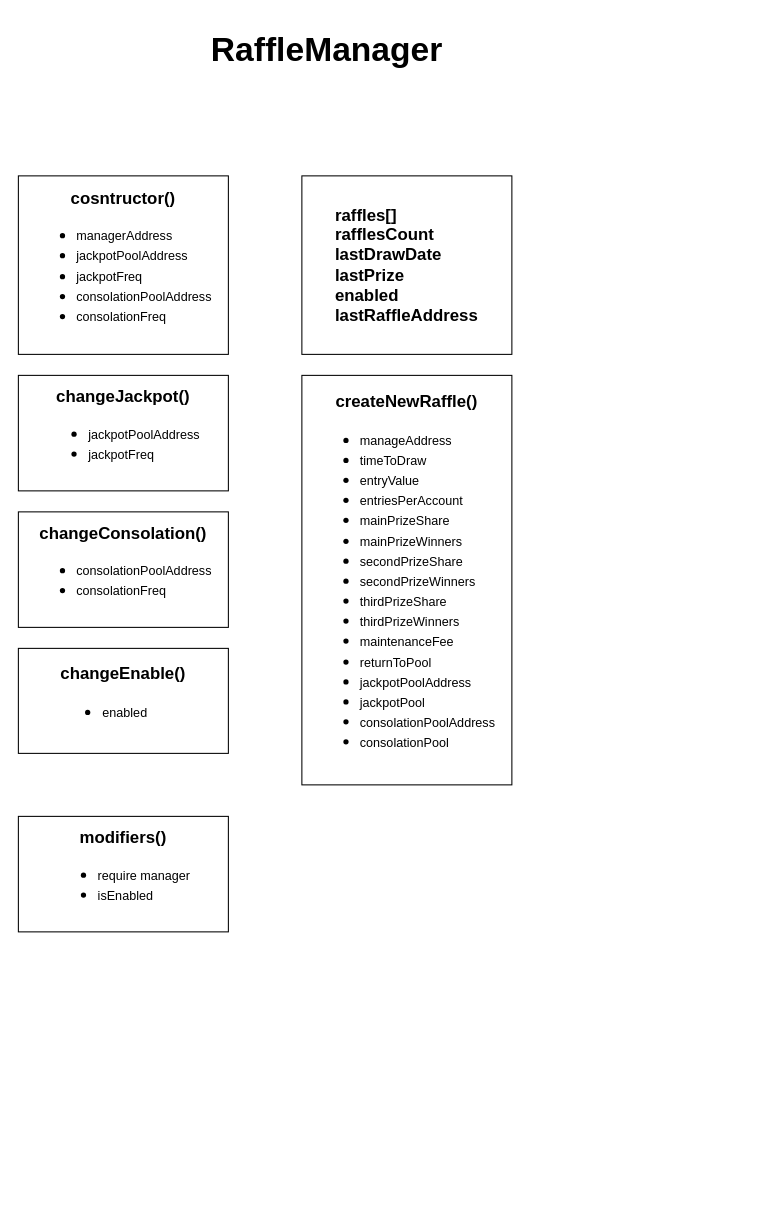
Earlier version of the draw.io diagram page "PoolsManager" (2 of 2) of JetonsProject.drawio (DevABDee/JetonsProject). Source tidied: cells renumbered, new cells numbered last; positions are measured from the earlier drawing's top-left corner, leaving out a move shared by most shapes. Both pictures are drawn from the tidied source at 105%, with x=0, y=0 at pixel (18, 18).
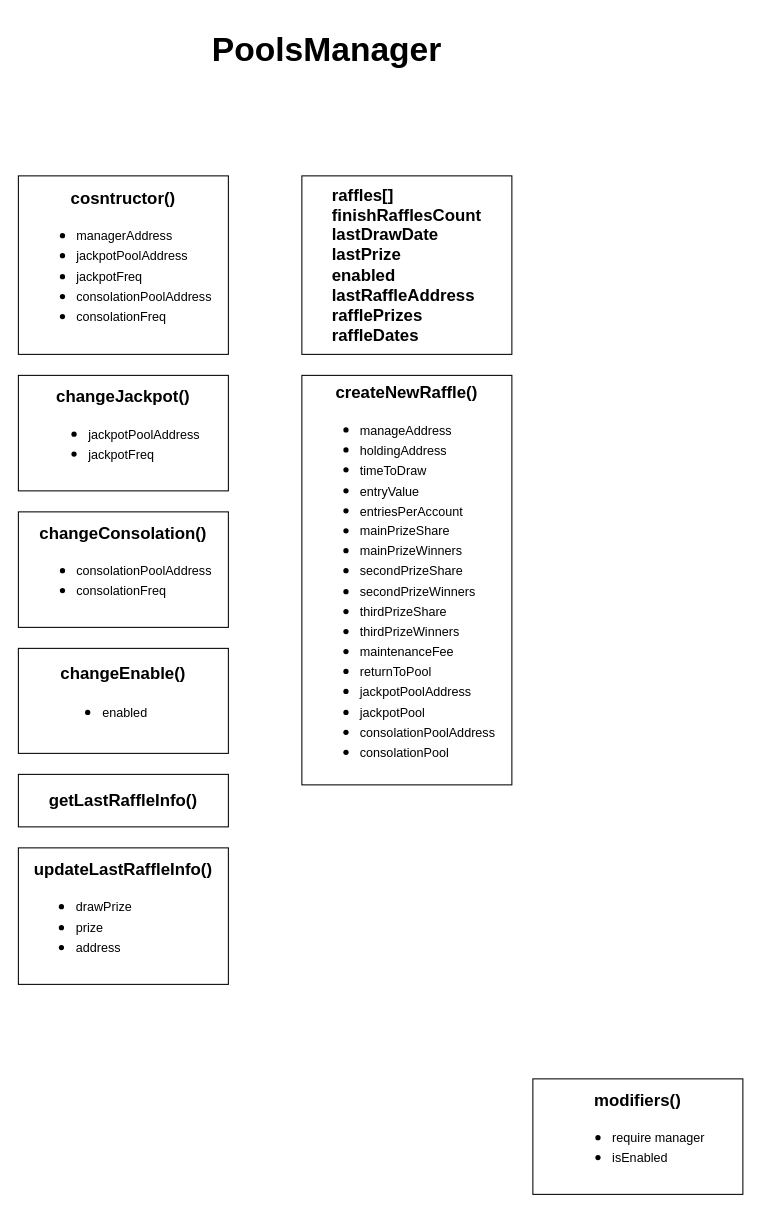
After the change.

The edit, as a diff of the source:
```diff
@@
 <mxGraphModel>
   <root>
     <mxCell id="0" />
     <mxCell id="1" parent="0" />
-    <mxCell id="2" value="RaffleManager" style="text;html=1;strokeColor=none;fillColor=none;align=center;verticalAlign=middle;whiteSpace=wrap;rounded=0;fontSize=32;fontStyle=1;" parent="1" vertex="1">
+    <mxCell id="2" value="PoolsManager" style="text;html=1;strokeColor=none;fillColor=none;align=center;verticalAlign=middle;whiteSpace=wrap;rounded=0;fontSize=32;fontStyle=1;" parent="1" vertex="1">
       <mxGeometry x="144" width="300" height="60" as="geometry" />
     </mxCell>
     <mxCell id="3" value="&lt;b&gt;cosntructor()&lt;/b&gt;&lt;br&gt;&lt;ul&gt;&lt;li style=&quot;text-align: left;&quot;&gt;&lt;font style=&quot;font-size: 12px;&quot;&gt;managerAddress&lt;/font&gt;&lt;/li&gt;&lt;li style=&quot;text-align: left;&quot;&gt;&lt;font style=&quot;font-size: 12px;&quot;&gt;jackpotPoolAddress&lt;/font&gt;&lt;/li&gt;&lt;li style=&quot;text-align: left;&quot;&gt;&lt;font style=&quot;font-size: 12px;&quot;&gt;jackpotFreq&lt;/font&gt;&lt;/li&gt;&lt;li style=&quot;text-align: left;&quot;&gt;&lt;font style=&quot;font-size: 12px;&quot;&gt;consolationPoolAddress&lt;/font&gt;&lt;/li&gt;&lt;li style=&quot;text-align: left;&quot;&gt;&lt;font style=&quot;font-size: 12px;&quot;&gt;consolationFreq&lt;/font&gt;&lt;/li&gt;&lt;/ul&gt;" style="rounded=0;whiteSpace=wrap;html=1;fontSize=16;" parent="1" vertex="1">
       <mxGeometry y="150" width="200" height="170" as="geometry" />
     </mxCell>
-    <mxCell id="4" value="&lt;b&gt;createNewRaffle()&lt;/b&gt;&lt;br&gt;&lt;ul&gt;&lt;li style=&quot;text-align: left;&quot;&gt;&lt;font style=&quot;font-size: 12px;&quot;&gt;manageAddress&lt;/font&gt;&lt;/li&gt;&lt;li style=&quot;text-align: left;&quot;&gt;&lt;font style=&quot;font-size: 12px;&quot;&gt;timeToDraw&lt;/font&gt;&lt;/li&gt;&lt;li style=&quot;text-align: left;&quot;&gt;&lt;font style=&quot;font-size: 12px;&quot;&gt;entryValue&lt;/font&gt;&lt;/li&gt;&lt;li style=&quot;text-align: left;&quot;&gt;&lt;font style=&quot;font-size: 12px;&quot;&gt;entriesPerAccount&lt;/font&gt;&lt;/li&gt;&lt;li style=&quot;text-align: left;&quot;&gt;&lt;font style=&quot;font-size: 12px;&quot;&gt;mainPrizeShare&lt;/font&gt;&lt;/li&gt;&lt;li style=&quot;text-align: left;&quot;&gt;&lt;font style=&quot;font-size: 12px;&quot;&gt;mainPrizeWinners&lt;/font&gt;&lt;/li&gt;&lt;li style=&quot;text-align: left;&quot;&gt;&lt;font style=&quot;font-size: 12px;&quot;&gt;secondPrizeShare&lt;/font&gt;&lt;/li&gt;&lt;li style=&quot;text-align: left;&quot;&gt;&lt;font style=&quot;font-size: 12px;&quot;&gt;secondPrizeWinners&lt;/font&gt;&lt;/li&gt;&lt;li style=&quot;text-align: left;&quot;&gt;&lt;font style=&quot;font-size: 12px;&quot;&gt;thirdPrizeShare&lt;/font&gt;&lt;/li&gt;&lt;li style=&quot;text-align: left;&quot;&gt;&lt;font style=&quot;font-size: 12px;&quot;&gt;thirdPrizeWinners&lt;/font&gt;&lt;/li&gt;&lt;li style=&quot;text-align: left;&quot;&gt;&lt;font style=&quot;font-size: 12px;&quot;&gt;maintenanceFee&lt;/font&gt;&lt;/li&gt;&lt;li style=&quot;text-align: left;&quot;&gt;&lt;font style=&quot;font-size: 12px;&quot;&gt;returnToPool&lt;/font&gt;&lt;/li&gt;&lt;li style=&quot;text-align: left;&quot;&gt;&lt;font style=&quot;font-size: 12px;&quot;&gt;jackpotPoolAddress&lt;/font&gt;&lt;/li&gt;&lt;li style=&quot;text-align: left;&quot;&gt;&lt;font style=&quot;font-size: 12px;&quot;&gt;jackpotPool&lt;/font&gt;&lt;/li&gt;&lt;li style=&quot;text-align: left;&quot;&gt;&lt;font style=&quot;font-size: 12px;&quot;&gt;consolationPoolAddress&lt;/font&gt;&lt;/li&gt;&lt;li style=&quot;text-align: left;&quot;&gt;&lt;font style=&quot;font-size: 12px;&quot;&gt;consolationPool&lt;/font&gt;&lt;/li&gt;&lt;/ul&gt;" style="rounded=0;whiteSpace=wrap;html=1;fontSize=16;" parent="1" vertex="1">
+    <mxCell id="4" value="&lt;b&gt;createNewRaffle()&lt;/b&gt;&lt;br&gt;&lt;ul&gt;&lt;li style=&quot;text-align: left;&quot;&gt;&lt;font style=&quot;font-size: 12px;&quot;&gt;manageAddress&lt;/font&gt;&lt;/li&gt;&lt;li style=&quot;text-align: left;&quot;&gt;&lt;font style=&quot;font-size: 12px;&quot;&gt;holdingAddress&lt;/font&gt;&lt;/li&gt;&lt;li style=&quot;text-align: left;&quot;&gt;&lt;font style=&quot;font-size: 12px;&quot;&gt;timeToDraw&lt;/font&gt;&lt;/li&gt;&lt;li style=&quot;text-align: left;&quot;&gt;&lt;font style=&quot;font-size: 12px;&quot;&gt;entryValue&lt;/font&gt;&lt;/li&gt;&lt;li style=&quot;text-align: left;&quot;&gt;&lt;font style=&quot;font-size: 12px;&quot;&gt;entriesPerAccount&lt;/font&gt;&lt;/li&gt;&lt;li style=&quot;text-align: left;&quot;&gt;&lt;font style=&quot;font-size: 12px;&quot;&gt;mainPrizeShare&lt;/font&gt;&lt;/li&gt;&lt;li style=&quot;text-align: left;&quot;&gt;&lt;font style=&quot;font-size: 12px;&quot;&gt;mainPrizeWinners&lt;/font&gt;&lt;/li&gt;&lt;li style=&quot;text-align: left;&quot;&gt;&lt;font style=&quot;font-size: 12px;&quot;&gt;secondPrizeShare&lt;/font&gt;&lt;/li&gt;&lt;li style=&quot;text-align: left;&quot;&gt;&lt;font style=&quot;font-size: 12px;&quot;&gt;secondPrizeWinners&lt;/font&gt;&lt;/li&gt;&lt;li style=&quot;text-align: left;&quot;&gt;&lt;font style=&quot;font-size: 12px;&quot;&gt;thirdPrizeShare&lt;/font&gt;&lt;/li&gt;&lt;li style=&quot;text-align: left;&quot;&gt;&lt;font style=&quot;font-size: 12px;&quot;&gt;thirdPrizeWinners&lt;/font&gt;&lt;/li&gt;&lt;li style=&quot;text-align: left;&quot;&gt;&lt;font style=&quot;font-size: 12px;&quot;&gt;maintenanceFee&lt;/font&gt;&lt;/li&gt;&lt;li style=&quot;text-align: left;&quot;&gt;&lt;font style=&quot;font-size: 12px;&quot;&gt;returnToPool&lt;/font&gt;&lt;/li&gt;&lt;li style=&quot;text-align: left;&quot;&gt;&lt;font style=&quot;font-size: 12px;&quot;&gt;jackpotPoolAddress&lt;/font&gt;&lt;/li&gt;&lt;li style=&quot;text-align: left;&quot;&gt;&lt;font style=&quot;font-size: 12px;&quot;&gt;jackpotPool&lt;/font&gt;&lt;/li&gt;&lt;li style=&quot;text-align: left;&quot;&gt;&lt;font style=&quot;font-size: 12px;&quot;&gt;consolationPoolAddress&lt;/font&gt;&lt;/li&gt;&lt;li style=&quot;text-align: left;&quot;&gt;&lt;font style=&quot;font-size: 12px;&quot;&gt;consolationPool&lt;/font&gt;&lt;/li&gt;&lt;/ul&gt;" style="rounded=0;whiteSpace=wrap;html=1;fontSize=16;" parent="1" vertex="1">
       <mxGeometry x="270" y="340" width="200" height="390" as="geometry" />
     </mxCell>
     <mxCell id="5" style="edgeStyle=orthogonalEdgeStyle;rounded=0;orthogonalLoop=1;jettySize=auto;html=1;exitX=0.5;exitY=1;exitDx=0;exitDy=0;fontSize=12;" parent="1" edge="1" source="4" target="4">
       <mxGeometry relative="1" as="geometry" />
     </mxCell>
     <mxCell id="6" value="&lt;b&gt;changeJackpot()&lt;br&gt;&lt;/b&gt;&lt;ul&gt;&lt;li style=&quot;text-align: left;&quot;&gt;&lt;font style=&quot;font-size: 12px;&quot;&gt;jackpotPoolAddress&lt;/font&gt;&lt;/li&gt;&lt;li style=&quot;text-align: left;&quot;&gt;&lt;font style=&quot;font-size: 12px;&quot;&gt;jackpotFreq&lt;br&gt;&lt;/font&gt;&lt;/li&gt;&lt;/ul&gt;" style="rounded=0;whiteSpace=wrap;html=1;fontSize=16;" parent="1" vertex="1">
       <mxGeometry y="340" width="200" height="110" as="geometry" />
     </mxCell>
     <mxCell id="7" value="&lt;b&gt;changeConsolation()&lt;/b&gt;&lt;br&gt;&lt;ul&gt;&lt;li style=&quot;text-align: left;&quot;&gt;&lt;span style=&quot;font-size: 12px; background-color: initial;&quot;&gt;consolationPoolAddress&lt;/span&gt;&lt;br&gt;&lt;/li&gt;&lt;li style=&quot;text-align: left;&quot;&gt;&lt;span style=&quot;font-size: 12px; background-color: initial;&quot;&gt;consolationFreq&lt;/span&gt;&lt;br&gt;&lt;/li&gt;&lt;/ul&gt;" style="rounded=0;whiteSpace=wrap;html=1;fontSize=16;" parent="1" vertex="1">
       <mxGeometry y="470" width="200" height="110" as="geometry" />
     </mxCell>
     <mxCell id="8" value="&lt;b&gt;modifiers()&lt;/b&gt;&lt;br&gt;&lt;ul&gt;&lt;li style=&quot;text-align: left;&quot;&gt;&lt;span style=&quot;font-size: 12px;&quot;&gt;require manager&lt;/span&gt;&lt;/li&gt;&lt;li style=&quot;text-align: left;&quot;&gt;&lt;span style=&quot;font-size: 12px;&quot;&gt;isEnabled&lt;/span&gt;&lt;/li&gt;&lt;/ul&gt;" style="rounded=0;whiteSpace=wrap;html=1;fontSize=16;" parent="1" vertex="1">
-      <mxGeometry y="760" width="200" height="110" as="geometry" />
+      <mxGeometry x="490" y="1010" width="200" height="110" as="geometry" />
     </mxCell>
-    <mxCell id="9" value="&lt;div style=&quot;text-align: left;&quot;&gt;&lt;b style=&quot;background-color: initial;&quot;&gt;raffles[]&lt;/b&gt;&lt;/div&gt;&lt;b&gt;&lt;div style=&quot;text-align: left;&quot;&gt;&lt;b style=&quot;background-color: initial;&quot;&gt;rafflesCount&lt;/b&gt;&lt;/div&gt;&lt;div style=&quot;text-align: left;&quot;&gt;&lt;b style=&quot;background-color: initial;&quot;&gt;lastDrawDate&lt;/b&gt;&lt;/div&gt;&lt;div style=&quot;text-align: left;&quot;&gt;&lt;b style=&quot;background-color: initial;&quot;&gt;lastPrize&lt;/b&gt;&lt;/div&gt;&lt;div style=&quot;text-align: left;&quot;&gt;&lt;b style=&quot;background-color: initial;&quot;&gt;enabled&lt;/b&gt;&lt;/div&gt;&lt;div style=&quot;text-align: left;&quot;&gt;&lt;b style=&quot;background-color: initial;&quot;&gt;lastRaffleAddress&lt;/b&gt;&lt;/div&gt;&lt;/b&gt;" style="rounded=0;whiteSpace=wrap;html=1;fontSize=16;" parent="1" vertex="1">
+    <mxCell id="9" value="&lt;div style=&quot;text-align: left;&quot;&gt;&lt;b style=&quot;background-color: initial;&quot;&gt;raffles[]&lt;/b&gt;&lt;/div&gt;&lt;b&gt;&lt;div style=&quot;text-align: left;&quot;&gt;&lt;b style=&quot;background-color: initial;&quot;&gt;finishRafflesCount&lt;/b&gt;&lt;/div&gt;&lt;div style=&quot;text-align: left;&quot;&gt;&lt;b style=&quot;background-color: initial;&quot;&gt;lastDrawDate&lt;/b&gt;&lt;/div&gt;&lt;div style=&quot;text-align: left;&quot;&gt;&lt;b style=&quot;background-color: initial;&quot;&gt;lastPrize&lt;/b&gt;&lt;/div&gt;&lt;div style=&quot;text-align: left;&quot;&gt;&lt;b style=&quot;background-color: initial;&quot;&gt;enabled&lt;/b&gt;&lt;/div&gt;&lt;div style=&quot;text-align: left;&quot;&gt;&lt;b style=&quot;background-color: initial;&quot;&gt;lastRaffleAddress&lt;/b&gt;&lt;/div&gt;&lt;div style=&quot;text-align: left;&quot;&gt;&lt;b style=&quot;background-color: initial;&quot;&gt;rafflePrizes&lt;/b&gt;&lt;/div&gt;&lt;div style=&quot;text-align: left;&quot;&gt;&lt;b style=&quot;background-color: initial;&quot;&gt;raffleDates&lt;/b&gt;&lt;/div&gt;&lt;/b&gt;" style="rounded=0;whiteSpace=wrap;html=1;fontSize=16;" parent="1" vertex="1">
       <mxGeometry x="270" y="150" width="200" height="170" as="geometry" />
     </mxCell>
     <mxCell id="10" value="&lt;b&gt;changeEnable()&lt;br&gt;&lt;/b&gt;&lt;ul&gt;&lt;li style=&quot;text-align: left;&quot;&gt;&lt;span style=&quot;font-size: 12px;&quot;&gt;enabled&lt;/span&gt;&lt;/li&gt;&lt;/ul&gt;" style="rounded=0;whiteSpace=wrap;html=1;fontSize=16;" parent="1" vertex="1">
       <mxGeometry y="600" width="200" height="100" as="geometry" />
     </mxCell>
+    <mxCell id="11" value="&lt;b&gt;getLastRaffleInfo()&lt;/b&gt;" style="rounded=0;whiteSpace=wrap;html=1;fontSize=16;" parent="1" vertex="1">
+      <mxGeometry y="720" width="200" height="50" as="geometry" />
+    </mxCell>
+    <mxCell id="12" value="&lt;b&gt;updateLastRaffleInfo()&lt;/b&gt;&lt;br&gt;&lt;ul&gt;&lt;li style=&quot;text-align: left;&quot;&gt;&lt;span style=&quot;font-size: 12px; background-color: initial;&quot;&gt;drawPrize&lt;/span&gt;&lt;br&gt;&lt;/li&gt;&lt;li style=&quot;text-align: left;&quot;&gt;&lt;span style=&quot;font-size: 12px; background-color: initial;&quot;&gt;prize&lt;/span&gt;&lt;br&gt;&lt;/li&gt;&lt;li style=&quot;text-align: left;&quot;&gt;&lt;span style=&quot;font-size: 12px; background-color: initial;&quot;&gt;address&lt;/span&gt;&lt;/li&gt;&lt;/ul&gt;" style="rounded=0;whiteSpace=wrap;html=1;fontSize=16;" parent="1" vertex="1">
+      <mxGeometry y="790" width="200" height="130" as="geometry" />
+    </mxCell>
   </root>
 </mxGraphModel>
```
